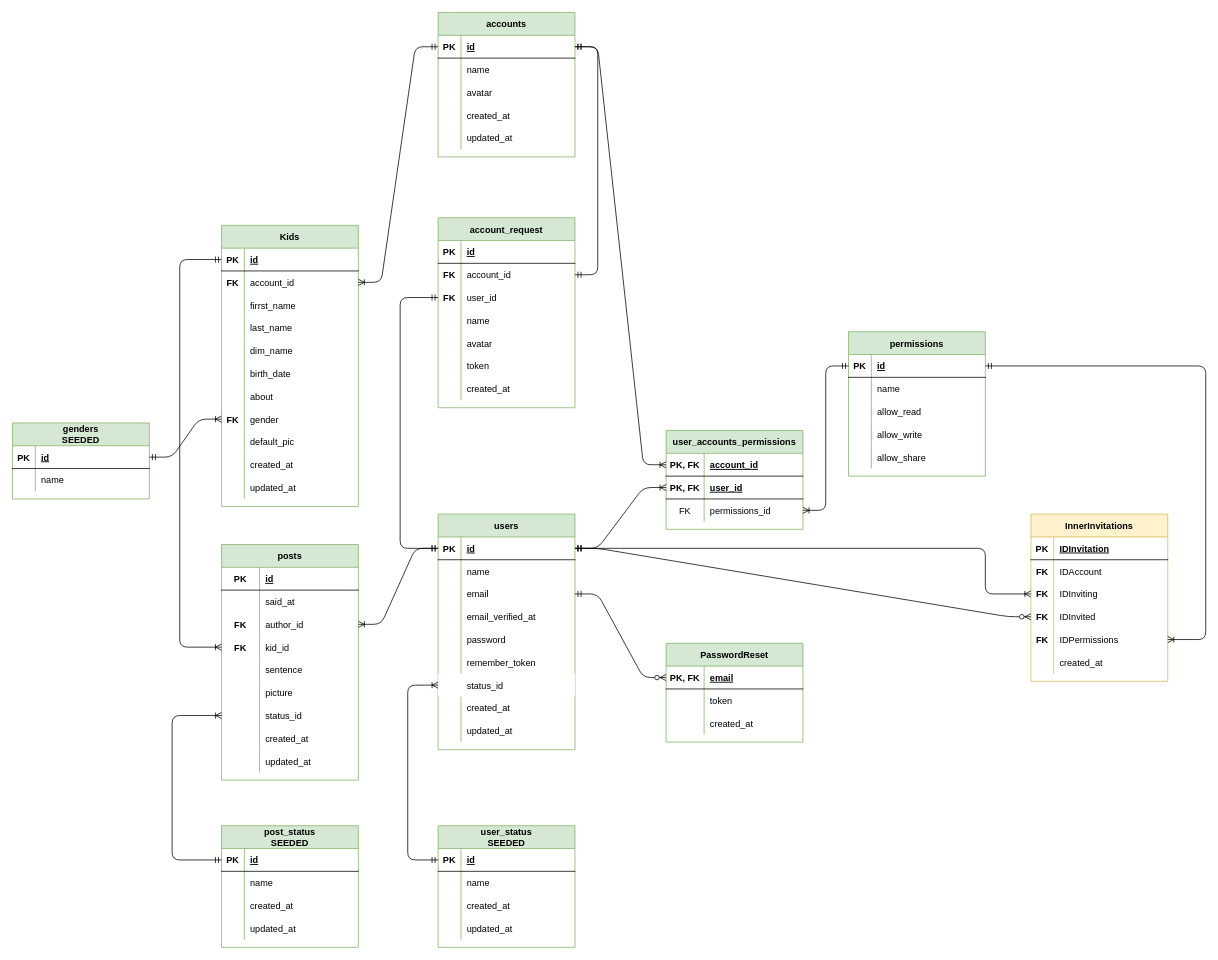
Earlier version of the draw.io diagram ERD_tataamarcinv3.drawio (donsledzion/tata3). Source tidied: cells renumbered, new cells numbered last; positions are measured from the earlier drawing's top-left corner, leaving out a move shared by most shapes. Both pictures are drawn from the tidied source at 76%, with x=0, y=0 at pixel (12, 12).
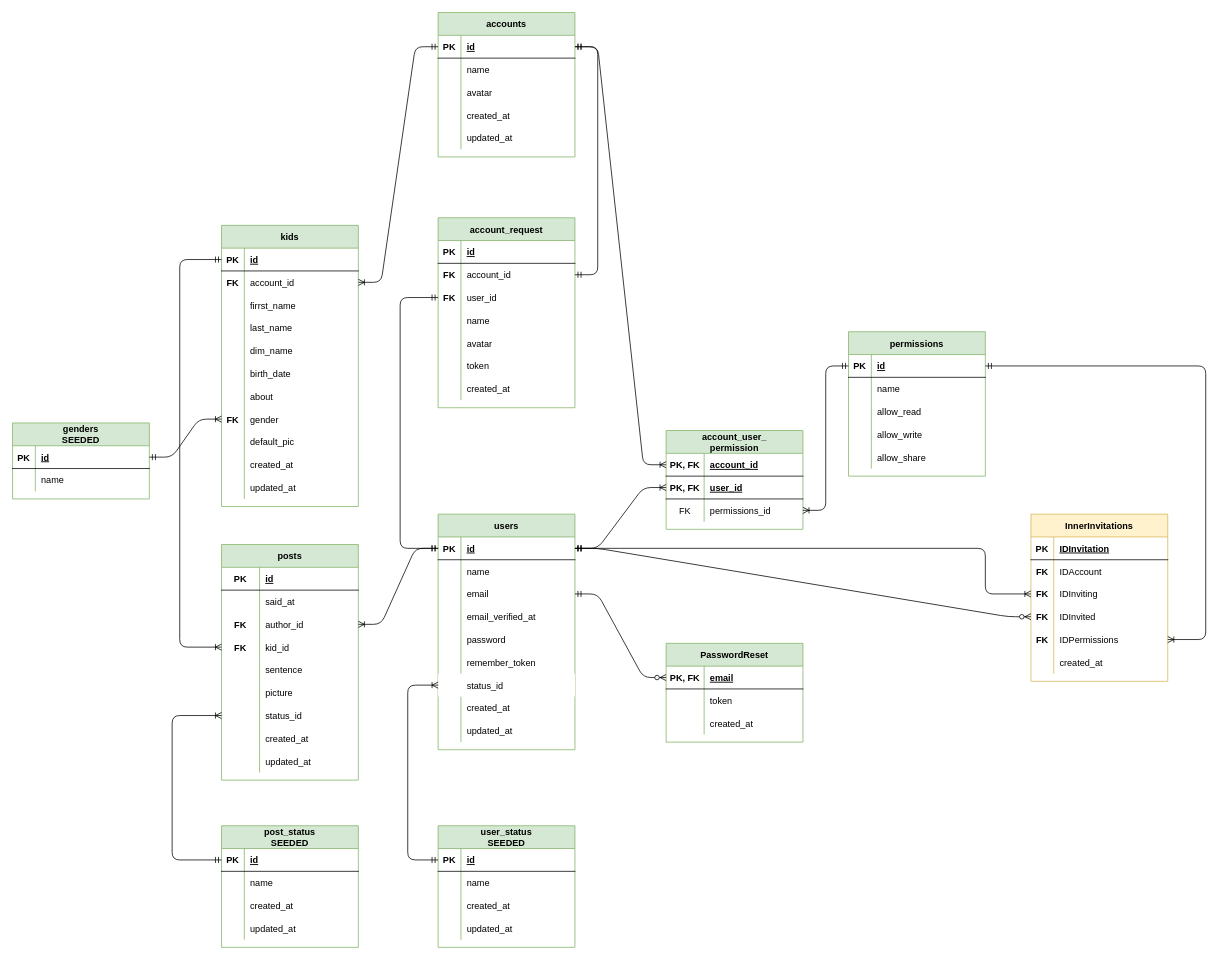
The same page after the edit.

Diff of the diagram source:
```diff
@@
-    <mxCell id="90" value="Kids" style="shape=table;startSize=30;childLayout=tableLayout;rowLines=0;fontStyle=1;align=center;fillColor=#d5e8d4;strokeColor=#82b366;" parent="1" vertex="1">
+    <mxCell id="90" value="kids" style="shape=table;startSize=30;childLayout=tableLayout;rowLines=0;fontStyle=1;align=center;fillColor=#d5e8d4;strokeColor=#82b366;" parent="1" vertex="1">
       <mxGeometry x="275" y="280" width="180" height="370" as="geometry" />
     </mxCell>
@@
-    <mxCell id="126" value="user_accounts_permissions" style="shape=table;startSize=30;childLayout=tableLayout;rowLines=0;fontStyle=1;align=center;fillColor=#d5e8d4;strokeColor=#82b366;" parent="1" vertex="1">
+    <mxCell id="126" value="account_user_&#10;permission" style="shape=table;startSize=30;childLayout=tableLayout;rowLines=0;fontStyle=1;align=center;fillColor=#d5e8d4;strokeColor=#82b366;" parent="1" vertex="1">
       <mxGeometry x="860" y="550" width="180" height="130" as="geometry" />
     </mxCell>
```
